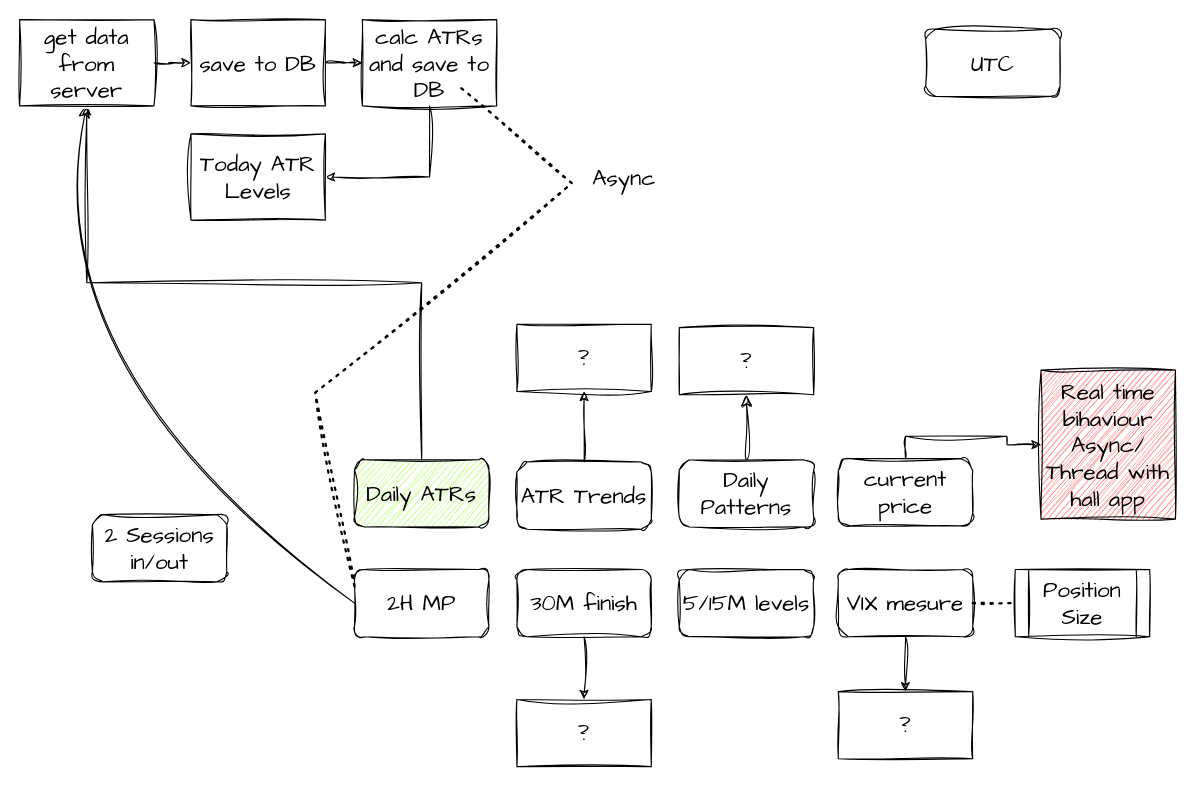
Earlier version of the draw.io diagram page "main" (1 of 7) of structure.drawio (Kupavtsev/markets_data_handler). Source tidied: cells renumbered, new cells numbered last; positions are measured from the earlier drawing's top-left corner, leaving out a move shared by most shapes. Both pictures are drawn from the tidied source at 112%, with x=0, y=0 at pixel (19, 19).
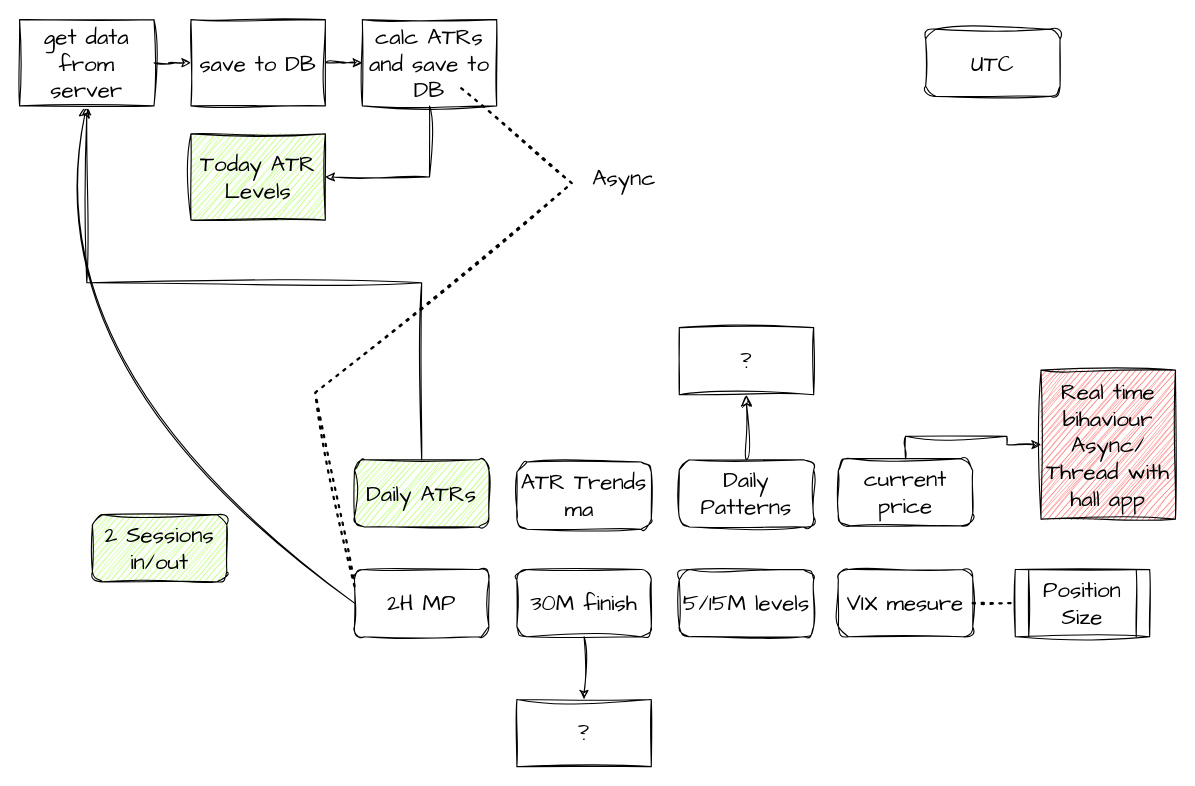
The same page after the edit.

The change refers to these unchanged cells:
```xml
<mxCell id="28" value="VIX mesure" style="rounded=1;whiteSpace=wrap;html=1;sketch=1;hachureGap=4;jiggle=2;curveFitting=1;fontFamily=Architects Daughter;fontSize=20;" parent="1" vertex="1">
  <mxGeometry x="731" y="491" width="120" height="60" as="geometry" />
</mxCell>
```

Diff of the diagram source:
```diff
@@
-    <mxCell id="13" style="edgeStyle=orthogonalEdgeStyle;rounded=0;sketch=1;hachureGap=4;jiggle=2;curveFitting=1;jettySize=auto;html=1;exitX=0.5;exitY=0;exitDx=0;exitDy=0;entryX=0.5;entryY=1;entryDx=0;entryDy=0;fontFamily=Architects Daughter;fontSize=16;" parent="1" edge="1" source="14" target="22">
-      <mxGeometry relative="1" as="geometry" />
-    </mxCell>
-    <mxCell id="14" value="ATR Trends" style="rounded=1;whiteSpace=wrap;html=1;sketch=1;hachureGap=4;jiggle=2;curveFitting=1;fontFamily=Architects Daughter;fontSize=20;" parent="1" vertex="1">
+    <mxCell id="14" value="ATR Trends&lt;br&gt;ma&amp;nbsp;" style="rounded=1;whiteSpace=wrap;html=1;sketch=1;hachureGap=4;jiggle=2;curveFitting=1;fontFamily=Architects Daughter;fontSize=20;" parent="1" vertex="1">
       <mxGeometry x="444" y="395" width="120" height="60" as="geometry" />
     </mxCell>
@@
-    <mxCell id="22" value="?" style="rounded=0;whiteSpace=wrap;html=1;sketch=1;hachureGap=4;jiggle=2;curveFitting=1;fontFamily=Architects Daughter;fontSize=20;" parent="1" vertex="1">
-      <mxGeometry x="444" y="272" width="120" height="60" as="geometry" />
-    </mxCell>
@@
-    <mxCell id="24" value="Today ATR Levels" style="rounded=0;whiteSpace=wrap;html=1;sketch=1;hachureGap=4;jiggle=2;curveFitting=1;fontFamily=Architects Daughter;fontSize=20;" parent="1" vertex="1">
+    <mxCell id="24" value="Today ATR Levels" style="rounded=0;whiteSpace=wrap;html=1;sketch=1;hachureGap=4;jiggle=2;curveFitting=1;fontFamily=Architects Daughter;fontSize=20;fillColor=#B3FF66;" parent="1" vertex="1">
       <mxGeometry x="153" y="102" width="120" height="77" as="geometry" />
     </mxCell>
@@
-    <mxCell id="27" style="edgeStyle=orthogonalEdgeStyle;rounded=0;sketch=1;hachureGap=4;jiggle=2;curveFitting=1;jettySize=auto;html=1;fontFamily=Architects Daughter;fontSize=16;" parent="1" edge="1" source="28" target="30">
-      <mxGeometry relative="1" as="geometry" />
-    </mxCell>
@@
-    <mxCell id="29" value="2 Sessions&lt;br&gt;in/out" style="rounded=1;whiteSpace=wrap;html=1;sketch=1;hachureGap=4;jiggle=2;curveFitting=1;fontFamily=Architects Daughter;fontSize=20;" parent="1" vertex="1">
+    <mxCell id="29" value="2 Sessions&lt;br&gt;in/out" style="rounded=1;whiteSpace=wrap;html=1;sketch=1;hachureGap=4;jiggle=2;curveFitting=1;fontFamily=Architects Daughter;fontSize=20;fillColor=#B3FF66;" parent="1" vertex="1">
       <mxGeometry x="65" y="442" width="120" height="60" as="geometry" />
     </mxCell>
-    <mxCell id="30" value="?" style="rounded=0;whiteSpace=wrap;html=1;sketch=1;hachureGap=4;jiggle=2;curveFitting=1;fontFamily=Architects Daughter;fontSize=20;" parent="1" vertex="1">
-      <mxGeometry x="731" y="600" width="120" height="60" as="geometry" />
-    </mxCell>
```
